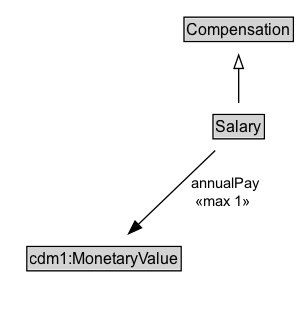
This is docs/diagrams/Salary.dot.png from ISO-TC204/ontology-cdm-p2-v1, a Graphviz export, as it was before one commit. Its source is kept beside it as docs/diagrams/Salary.dot.
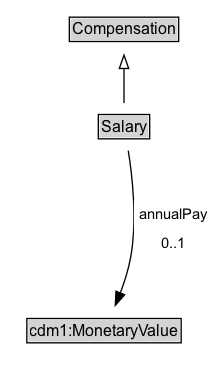
After the commit.

Diff of the diagram source:
```diff
@@ -3,18 +3,21 @@
 	node [fontname=Arial fontsize=12 margin=0 shape=none]
 	edge [fontname=Arial fontsize=11]
 	{
+		rank=source
+		Compensation [label=<<TABLE BORDER="1" CELLBORDER="0" CELLSPACING="0" CELLPADDING="1"><TR><TD BGCOLOR="lightgray" ALIGN="CENTER">Compensation</TD></TR></TABLE>> URL="../Compensation" margin=0]
+	}
+	Salary [label=<<TABLE BORDER="1" CELLBORDER="0" CELLSPACING="0" CELLPADDING="1"><TR><TD BGCOLOR="lightgray" ALIGN="CENTER">Salary</TD></TR></TABLE>> URL="../Salary" margin=0]
+	{
 		rank=max
-		Salary [label=<<TABLE BORDER="1" CELLBORDER="0" CELLSPACING="0" CELLPADDING="1"><TR><TD BGCOLOR="lightgray" ALIGN="CENTER" PORT="e">Salary</TD></TR></TABLE>> URL="../Salary.md" margin=0]
 	}
 	subgraph cluster_associated {
 		label="" style=invis
 		Invis [label=<<TABLE BORDER="0" CELLBORDER="0" CELLSPACING="0" CELLPADDING="1"><TR><TD></TD></TR></TABLE>> margin=0 style=invis]
-		cdm1_MonetaryValue [label=<<TABLE BORDER="1" CELLBORDER="0" CELLSPACING="0" CELLPADDING="1"><TR><TD BGCOLOR="lightgray" ALIGN="CENTER">cdm1:MonetaryValue</TD></TR></TABLE>> margin=0]
+		cdm1_MonetaryValue [label=<<TABLE BORDER="1" CELLBORDER="0" CELLSPACING="0" CELLPADDING="1"><TR><TD BGCOLOR="lightgray" ALIGN="CENTER">cdm1:MonetaryValue</TD></TR></TABLE>> URL="https://w3id.org/citydata/part1/v1/MonetaryValue" margin=0]
 	}
-	Compensation [label=<<TABLE BORDER="1" CELLBORDER="0" CELLSPACING="0" CELLPADDING="1"><TR><TD BGCOLOR="lightgray" ALIGN="CENTER">Compensation</TD></TR></TABLE>> URL="../Compensation.md" margin=0]
 	Salary -> Compensation [arrowhead=onormal style=solid]
 	Salary -> Invis [style=invis]
 	Invis -> cdm1_MonetaryValue [style=invis]
-	Salary -> cdm1_MonetaryValue [label=" annualPay
- «max 1»  " arrowhead=normal style=solid]
+	cdm1_MonetaryValue [label=<<TABLE BORDER="1" CELLBORDER="0" CELLSPACING="0" CELLPADDING="1"><TR><TD BGCOLOR="lightgray" ALIGN="CENTER">cdm1:MonetaryValue</TD></TR></TABLE>> URL="https://w3id.org/citydata/part1/v1/MonetaryValue" margin=0]
+	Salary -> cdm1_MonetaryValue [label=<<TABLE BORDER="0" CELLBORDER="0" CELLSPACING="0" CELLPADDING="4" BGCOLOR="white"><TR><TD ALIGN="CENTER">annualPay</TD></TR><TR><TD ALIGN="CENTER">0..1</TD></TR></TABLE>> arrowhead=normal style=solid]
 }
```
